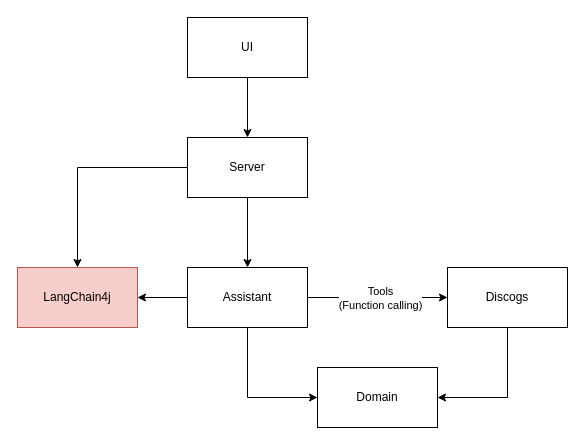
gpr-indevelopment/ai-vinyl-specialist keeps this draw.io diagram as assets/vinyl-recommender-architecture.drawio. Above is the earlier version. Source tidied: cells renumbered, new cells numbered last; positions are measured from the earlier drawing's top-left corner, leaving out a move shared by most shapes. Both pictures are drawn from the tidied source at 100%, with x=0, y=0 at pixel (17, 17).
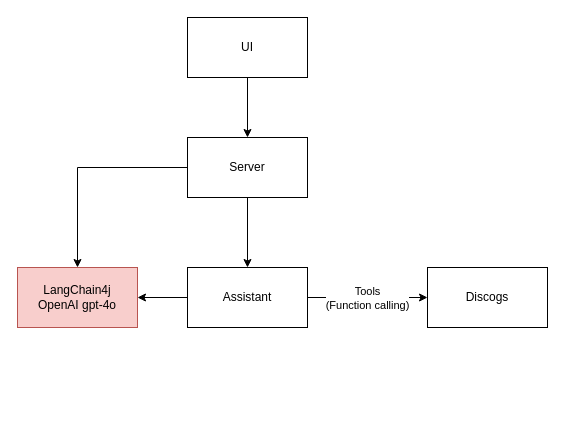
The same page after the edit.

Commit message (it also covers changes not shown here):
Updated architecture diagram

Diff of the diagram source:
```diff
@@
 <mxGraphModel>
   <root>
     <mxCell id="0" />
     <mxCell id="1" parent="0" />
     <mxCell id="2" style="edgeStyle=orthogonalEdgeStyle;rounded=0;jettySize=auto;html=1;entryX=0.5;entryY=0;entryDx=0;entryDy=0;" parent="1" edge="1" source="4" target="10">
       <mxGeometry relative="1" as="geometry" />
     </mxCell>
     <mxCell id="3" style="edgeStyle=orthogonalEdgeStyle;rounded=0;jettySize=auto;html=1;" parent="1" edge="1" source="4" target="15">
       <mxGeometry relative="1" as="geometry" />
     </mxCell>
     <mxCell id="4" value="Server" style="rounded=0;whiteSpace=wrap;html=1;" parent="1" vertex="1">
       <mxGeometry x="170" y="120" width="120" height="60" as="geometry" />
     </mxCell>
-    <mxCell id="5" value="Domain" style="rounded=0;whiteSpace=wrap;html=1;" parent="1" vertex="1">
-      <mxGeometry x="300" y="350" width="120" height="60" as="geometry" />
-    </mxCell>
     <mxCell id="6" style="edgeStyle=orthogonalEdgeStyle;rounded=0;jettySize=auto;html=1;entryX=0;entryY=0.5;entryDx=0;entryDy=0;" parent="1" edge="1" source="10" target="12">
       <mxGeometry relative="1" as="geometry" />
     </mxCell>
     <mxCell id="7" value="Tools&lt;div&gt;(Function calling)&lt;/div&gt;" style="edgeLabel;html=1;align=center;verticalAlign=middle;" parent="6" vertex="1">
       <mxGeometry x="0.24" y="-2" relative="1" as="geometry">
         <mxPoint x="-15" y="-2" as="offset" />
       </mxGeometry>
     </mxCell>
-    <mxCell id="8" style="edgeStyle=orthogonalEdgeStyle;rounded=0;jettySize=auto;html=1;entryX=0;entryY=0.5;entryDx=0;entryDy=0;exitX=0.5;exitY=1;exitDx=0;exitDy=0;" parent="1" edge="1" source="10" target="5">
-      <mxGeometry relative="1" as="geometry" />
-    </mxCell>
     <mxCell id="9" style="edgeStyle=orthogonalEdgeStyle;rounded=0;jettySize=auto;html=1;entryX=1;entryY=0.5;entryDx=0;entryDy=0;" parent="1" edge="1" source="10" target="15">
       <mxGeometry relative="1" as="geometry" />
     </mxCell>
     <mxCell id="10" value="Assistant" style="rounded=0;whiteSpace=wrap;html=1;" parent="1" vertex="1">
       <mxGeometry x="170" y="250" width="120" height="60" as="geometry" />
     </mxCell>
-    <mxCell id="11" style="edgeStyle=orthogonalEdgeStyle;rounded=0;jettySize=auto;html=1;entryX=1;entryY=0.5;entryDx=0;entryDy=0;exitX=0.5;exitY=1;exitDx=0;exitDy=0;" parent="1" edge="1" source="12" target="5">
-      <mxGeometry relative="1" as="geometry" />
-    </mxCell>
     <mxCell id="12" value="Discogs" style="rounded=0;whiteSpace=wrap;html=1;" parent="1" vertex="1">
-      <mxGeometry x="430" y="250" width="120" height="60" as="geometry" />
+      <mxGeometry x="410" y="250" width="120" height="60" as="geometry" />
     </mxCell>
     <mxCell id="13" style="edgeStyle=orthogonalEdgeStyle;rounded=0;jettySize=auto;html=1;entryX=0.5;entryY=0;entryDx=0;entryDy=0;" parent="1" edge="1" source="14" target="4">
       <mxGeometry relative="1" as="geometry" />
     </mxCell>
     <mxCell id="14" value="UI" style="rounded=0;whiteSpace=wrap;html=1;" parent="1" vertex="1">
       <mxGeometry x="170" width="120" height="60" as="geometry" />
     </mxCell>
-    <mxCell id="15" value="LangChain4j" style="rounded=0;whiteSpace=wrap;html=1;fillColor=#f8cecc;strokeColor=#b85450;" parent="1" vertex="1">
+    <mxCell id="15" value="LangChain4j&lt;div&gt;OpenAI gpt-4o&lt;/div&gt;" style="rounded=0;whiteSpace=wrap;html=1;fillColor=#f8cecc;strokeColor=#b85450;" parent="1" vertex="1">
       <mxGeometry y="250" width="120" height="60" as="geometry" />
     </mxCell>
   </root>
 </mxGraphModel>
```
